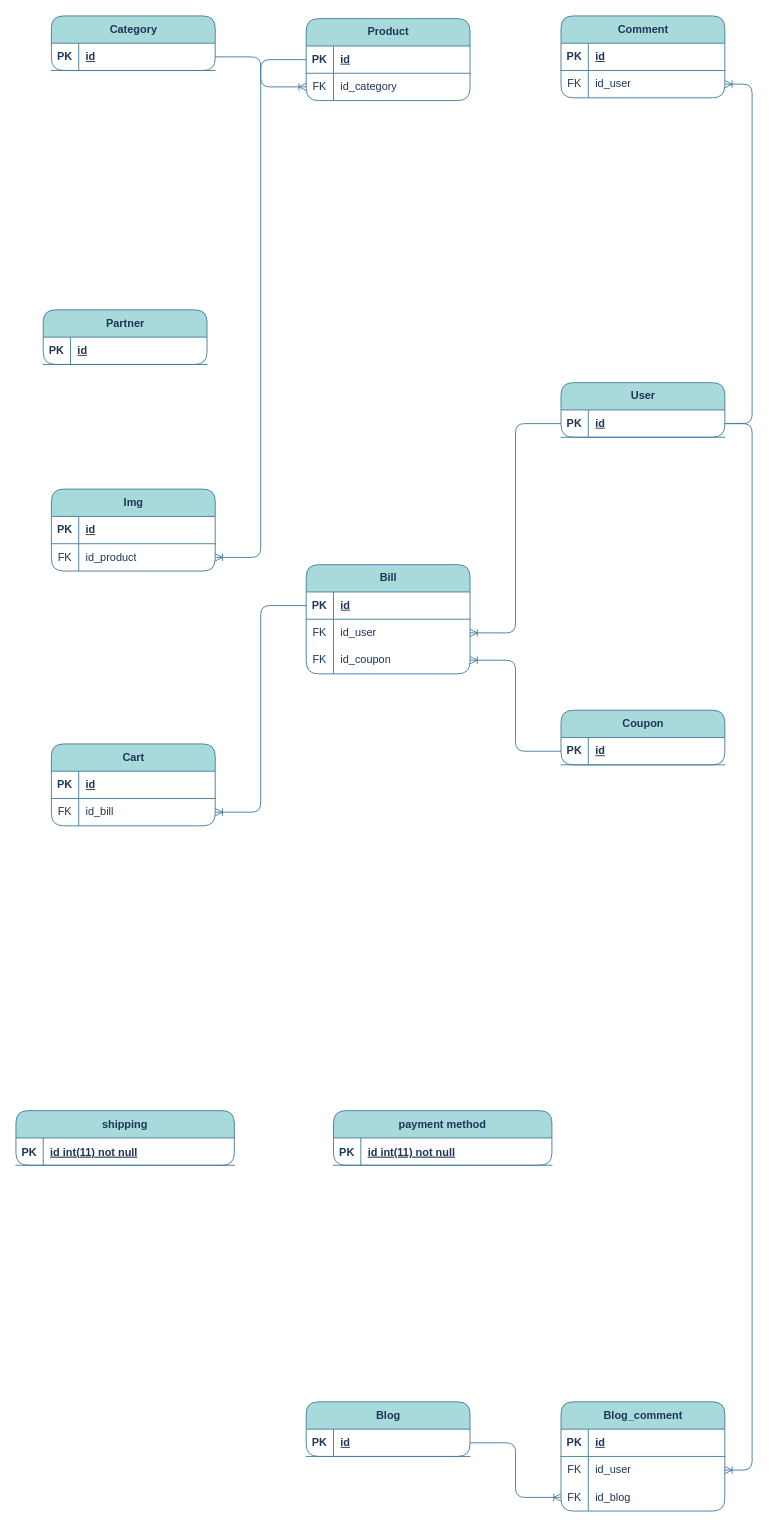
The draw.io diagram page "ERD_Level-1" (2 of 3) of .vscode/LEGOUS_DIAGRAM.drawio in thanh8724/Legous, before the edit. Source tidied: cells renumbered, new cells numbered last; positions are measured from the earlier drawing's top-left corner, leaving out a move shared by most shapes. Both pictures are drawn from the tidied source at 91%, with x=0, y=0 at pixel (15, 15).
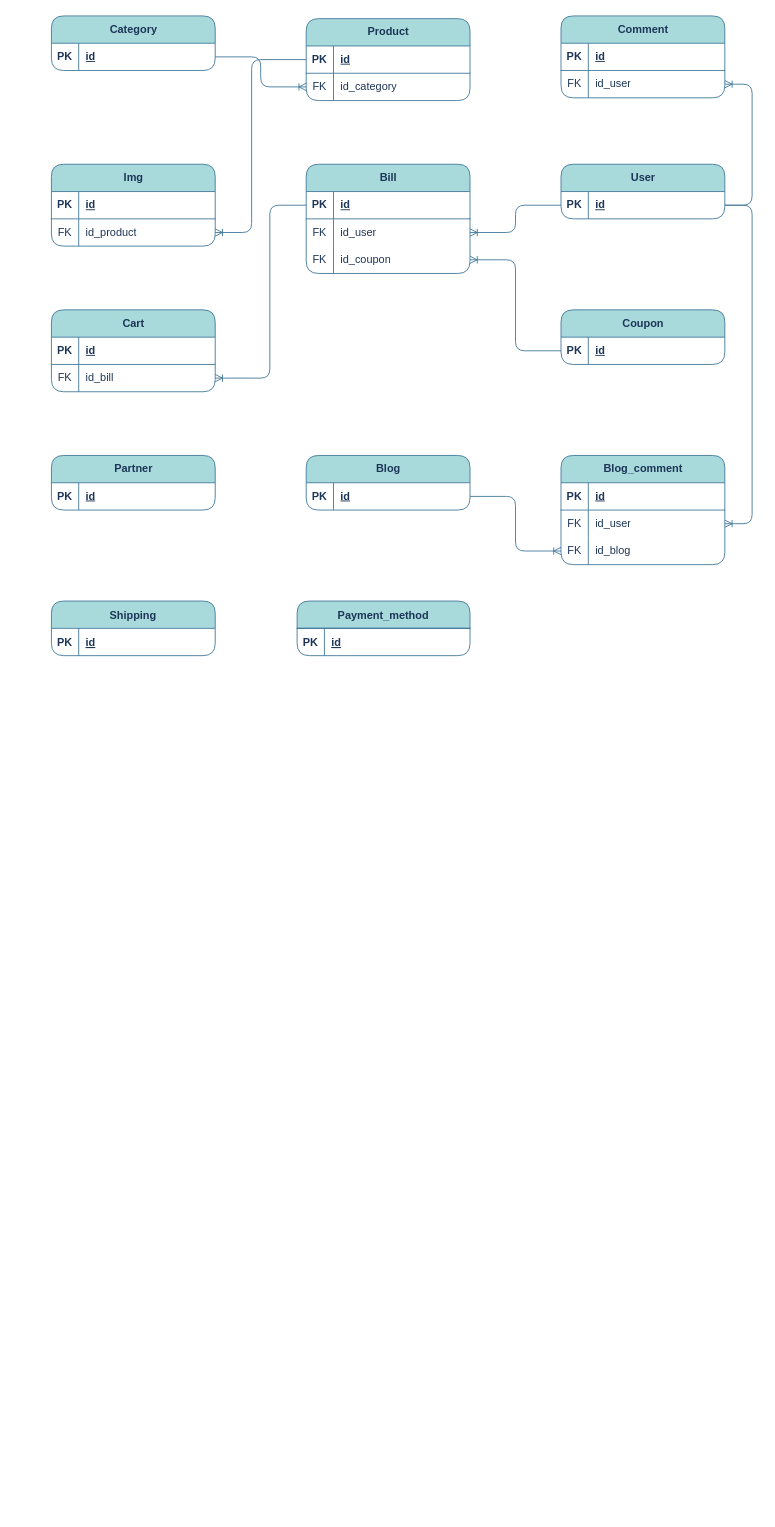
The same diagram, later.

Unchanged cells that the change refers to:
```xml
<mxCell id="3" style="shape=tableRow;horizontal=0;startSize=0;swimlaneHead=0;swimlaneBody=0;fillColor=none;points=[[0,0.5],[1,0.5]];portConstraint=eastwest;top=0;left=0;right=0;bottom=1;labelBackgroundColor=none;strokeColor=#457B9D;fontColor=#1D3557;rounded=1;" parent="2" vertex="1">
  <mxGeometry y="30" width="180" height="30" as="geometry" />
</mxCell>
<mxCell id="17" style="shape=tableRow;horizontal=0;startSize=0;swimlaneHead=0;swimlaneBody=0;fillColor=none;points=[[0,0.5],[1,0.5]];portConstraint=eastwest;top=0;left=0;right=0;bottom=0;rounded=1;strokeColor=#457B9D;fontColor=#1D3557;" parent="13" vertex="1">
  <mxGeometry y="60" width="180" height="30" as="geometry" />
</mxCell>
<mxCell id="24" style="shape=tableRow;horizontal=0;startSize=0;swimlaneHead=0;swimlaneBody=0;fillColor=none;points=[[0,0.5],[1,0.5]];portConstraint=eastwest;top=0;left=0;right=0;bottom=0;labelBackgroundColor=none;strokeColor=#457B9D;fontColor=#1D3557;rounded=1;" parent="20" vertex="1">
  <mxGeometry y="60" width="180" height="30" as="geometry" />
</mxCell>
<mxCell id="28" style="shape=tableRow;horizontal=0;startSize=0;swimlaneHead=0;swimlaneBody=0;fillColor=none;points=[[0,0.5],[1,0.5]];portConstraint=eastwest;top=0;left=0;right=0;bottom=1;labelBackgroundColor=none;strokeColor=#457B9D;fontColor=#1D3557;rounded=1;" parent="27" vertex="1">
  <mxGeometry y="30" width="180" height="30" as="geometry" />
</mxCell>
<mxCell id="45" style="shape=tableRow;horizontal=0;startSize=0;swimlaneHead=0;swimlaneBody=0;fillColor=none;points=[[0,0.5],[1,0.5]];portConstraint=eastwest;top=0;left=0;right=0;bottom=0;labelBackgroundColor=none;strokeColor=#457B9D;fontColor=#1D3557;rounded=1;" parent="41" vertex="1">
  <mxGeometry y="60" width="180" height="30" as="geometry" />
</mxCell>
```

Diff of the diagram source:
```diff
@@
-    <mxCell id="9" value="Category" style="shape=table;startSize=30;childLayout=tableLayout;rowLines=0;fontStyle=1;align=center;html=1;labelBackgroundColor=none;fillColor=#A8DADC;strokeColor=#457b9d;fontColor=#1D3557;rounded=1;swimlaneLine=1;" parent="1" vertex="1">
+    <mxCell id="9" value="Category" style="shape=table;startSize=30;childLayout=tableLayout;rowLines=0;fontStyle=1;align=center;html=1;labelBackgroundColor=none;fillColor=#A8DADC;strokeColor=#457b9d;fontColor=#1D3557;rounded=1;swimlaneLine=1;bottom=0;" parent="1" vertex="1">
       <mxGeometry x="39" width="180" height="60" as="geometry" />
     </mxCell>
-    <mxCell id="10" style="shape=tableRow;horizontal=0;startSize=0;swimlaneHead=0;swimlaneBody=0;fillColor=none;points=[[0,0.5],[1,0.5]];portConstraint=eastwest;top=0;left=0;right=0;bottom=1;labelBackgroundColor=none;strokeColor=#457B9D;fontColor=#1D3557;rounded=1;" parent="9" vertex="1">
+    <mxCell id="10" style="shape=tableRow;horizontal=0;startSize=0;swimlaneHead=0;swimlaneBody=0;fillColor=none;points=[[0,0.5],[1,0.5]];portConstraint=eastwest;top=0;left=0;right=0;bottom=0;labelBackgroundColor=none;strokeColor=#457B9D;fontColor=#1D3557;rounded=1;" parent="9" vertex="1">
       <mxGeometry y="30" width="180" height="30" as="geometry" />
     </mxCell>
@@
     <mxCell id="13" value="Img" style="shape=table;startSize=30;childLayout=tableLayout;rowLines=0;fontStyle=1;align=center;html=1;labelBackgroundColor=none;fillColor=#A8DADC;strokeColor=#457B9D;fontColor=#1D3557;rounded=1;" parent="1" vertex="1">
-      <mxGeometry x="39" y="520" width="180" height="90" as="geometry" />
+      <mxGeometry x="39" y="163" width="180" height="90" as="geometry" />
     </mxCell>
@@
     <mxCell id="20" value="Cart" style="shape=table;startSize=30;childLayout=tableLayout;rowLines=0;fontStyle=1;align=center;html=1;labelBackgroundColor=none;fillColor=#A8DADC;strokeColor=#457B9D;fontColor=#1D3557;rounded=1;" parent="1" vertex="1">
-      <mxGeometry x="39" y="800" width="180" height="90" as="geometry" />
+      <mxGeometry x="39" y="323" width="180" height="90" as="geometry" />
     </mxCell>
@@
     <mxCell id="27" value="Bill" style="shape=table;startSize=30;childLayout=tableLayout;rowLines=0;fontStyle=1;align=center;html=1;labelBackgroundColor=none;fillColor=#A8DADC;strokeColor=#457B9D;fontColor=#1D3557;rounded=1;" parent="1" vertex="1">
-      <mxGeometry x="319" y="603" width="180" height="120" as="geometry" />
+      <mxGeometry x="319" y="163" width="180" height="120" as="geometry" />
     </mxCell>
@@
-    <mxCell id="37" value="User" style="shape=table;startSize=30;childLayout=tableLayout;rowLines=0;fontStyle=1;align=center;html=1;labelBackgroundColor=none;fillColor=#A8DADC;strokeColor=#457B9D;fontColor=#1D3557;rounded=1;" parent="1" vertex="1">
-      <mxGeometry x="599" y="403" width="180" height="60" as="geometry" />
+    <mxCell id="37" value="User" style="shape=table;startSize=30;childLayout=tableLayout;rowLines=0;fontStyle=1;align=center;html=1;labelBackgroundColor=none;fillColor=#A8DADC;strokeColor=#457B9D;fontColor=#1D3557;rounded=1;bottom=0;" parent="1" vertex="1">
+      <mxGeometry x="599" y="163" width="180" height="60" as="geometry" />
     </mxCell>
-    <mxCell id="38" style="shape=tableRow;horizontal=0;startSize=0;swimlaneHead=0;swimlaneBody=0;fillColor=none;points=[[0,0.5],[1,0.5]];portConstraint=eastwest;top=0;left=0;right=0;bottom=1;labelBackgroundColor=none;strokeColor=#457B9D;fontColor=#1D3557;rounded=1;" parent="37" vertex="1">
+    <mxCell id="38" style="shape=tableRow;horizontal=0;startSize=0;swimlaneHead=0;swimlaneBody=0;fillColor=none;points=[[0,0.5],[1,0.5]];portConstraint=eastwest;top=0;left=0;right=0;bottom=0;labelBackgroundColor=none;strokeColor=#457B9D;fontColor=#1D3557;rounded=1;" parent="37" vertex="1">
       <mxGeometry y="30" width="180" height="30" as="geometry" />
     </mxCell>
@@
-    <mxCell id="48" value="Coupon" style="shape=table;startSize=30;childLayout=tableLayout;rowLines=0;fontStyle=1;align=center;html=1;labelBackgroundColor=none;fillColor=#A8DADC;strokeColor=#457B9D;fontColor=#1D3557;rounded=1;" parent="1" vertex="1">
-      <mxGeometry x="599" y="763" width="180" height="60" as="geometry" />
+    <mxCell id="48" value="Coupon" style="shape=table;startSize=30;childLayout=tableLayout;rowLines=0;fontStyle=1;align=center;html=1;labelBackgroundColor=none;fillColor=#A8DADC;strokeColor=#457B9D;fontColor=#1D3557;rounded=1;bottom=0;" parent="1" vertex="1">
+      <mxGeometry x="599" y="323" width="180" height="60" as="geometry" />
     </mxCell>
-    <mxCell id="49" style="shape=tableRow;horizontal=0;startSize=0;swimlaneHead=0;swimlaneBody=0;fillColor=none;points=[[0,0.5],[1,0.5]];portConstraint=eastwest;top=0;left=0;right=0;bottom=1;labelBackgroundColor=none;strokeColor=#457B9D;fontColor=#1D3557;rounded=1;" parent="48" vertex="1">
+    <mxCell id="49" style="shape=tableRow;horizontal=0;startSize=0;swimlaneHead=0;swimlaneBody=0;fillColor=none;points=[[0,0.5],[1,0.5]];portConstraint=eastwest;top=0;left=0;right=0;bottom=0;labelBackgroundColor=none;strokeColor=#457B9D;fontColor=#1D3557;rounded=1;" parent="48" vertex="1">
       <mxGeometry y="30" width="180" height="30" as="geometry" />
     </mxCell>
@@
-    <mxCell id="52" value="Blog" style="shape=table;startSize=30;childLayout=tableLayout;rowLines=0;fontStyle=1;align=center;html=1;labelBackgroundColor=none;fillColor=#A8DADC;strokeColor=#457B9D;fontColor=#1D3557;rounded=1;" parent="1" vertex="1">
-      <mxGeometry x="319" y="1523" width="180" height="60" as="geometry" />
+    <mxCell id="52" value="Blog" style="shape=table;startSize=30;childLayout=tableLayout;rowLines=0;fontStyle=1;align=center;html=1;labelBackgroundColor=none;fillColor=#A8DADC;strokeColor=#457B9D;fontColor=#1D3557;rounded=1;bottom=0;" parent="1" vertex="1">
+      <mxGeometry x="319" y="483" width="180" height="60" as="geometry" />
     </mxCell>
-    <mxCell id="53" style="shape=tableRow;horizontal=0;startSize=0;swimlaneHead=0;swimlaneBody=0;fillColor=none;points=[[0,0.5],[1,0.5]];portConstraint=eastwest;top=0;left=0;right=0;bottom=1;labelBackgroundColor=none;strokeColor=#457B9D;fontColor=#1D3557;rounded=1;" parent="52" vertex="1">
+    <mxCell id="53" style="shape=tableRow;horizontal=0;startSize=0;swimlaneHead=0;swimlaneBody=0;fillColor=none;points=[[0,0.5],[1,0.5]];portConstraint=eastwest;top=0;left=0;right=0;bottom=0;labelBackgroundColor=none;strokeColor=#457B9D;fontColor=#1D3557;rounded=1;" parent="52" vertex="1">
       <mxGeometry y="30" width="180" height="30" as="geometry" />
     </mxCell>
@@
     <mxCell id="56" value="Blog_comment" style="shape=table;startSize=30;childLayout=tableLayout;rowLines=0;fontStyle=1;align=center;html=1;labelBackgroundColor=none;fillColor=#A8DADC;strokeColor=#457B9D;fontColor=#1D3557;rounded=1;" parent="1" vertex="1">
-      <mxGeometry x="599" y="1523" width="180" height="120" as="geometry" />
+      <mxGeometry x="599" y="483" width="180" height="120" as="geometry" />
     </mxCell>
@@
     <mxCell id="67" style="edgeStyle=entityRelationEdgeStyle;fontSize=12;html=1;endArrow=ERoneToMany;rounded=1;entryX=1;entryY=0.5;entryDx=0;entryDy=0;labelBackgroundColor=none;strokeColor=#457B9D;fontColor=default;" parent="1" edge="1" source="38" target="45">
-      <mxGeometry relative="1" as="geometry" />
+      <mxGeometry relative="1" as="geometry">
+        <Array as="points">
+          <mxPoint x="819" y="143" />
+        </Array>
+      </mxGeometry>
     </mxCell>
@@
     <mxCell id="70" style="fontSize=12;html=1;endArrow=ERoneToMany;rounded=1;edgeStyle=orthogonalEdgeStyle;entryX=1;entryY=0.5;entryDx=0;entryDy=0;exitX=0;exitY=0.5;exitDx=0;exitDy=0;labelBackgroundColor=none;strokeColor=#457B9D;fontColor=default;" parent="1" edge="1" source="28" target="24">
-      <mxGeometry relative="1" as="geometry" />
+      <mxGeometry relative="1" as="geometry">
+        <Array as="points">
+          <mxPoint x="279" y="208" />
+          <mxPoint x="279" y="398" />
+        </Array>
+      </mxGeometry>
     </mxCell>
-    <mxCell id="71" value="shipping" style="shape=table;startSize=30;childLayout=tableLayout;rowLines=0;fontStyle=1;align=center;labelBackgroundColor=none;fillColor=#A8DADC;strokeColor=#457B9D;fontColor=#1D3557;rounded=1;columnLines=1;resizeLastRow=1;absoluteArcSize=0;swimlaneHead=1;swimlaneBody=1;horizontal=1;bottom=1;top=1;left=1;right=1;noLabel=0;" parent="1" vertex="1">
-      <mxGeometry y="1203" width="240" height="60" as="geometry" />
+    <mxCell id="71" value="Shipping" style="shape=table;startSize=30;childLayout=tableLayout;rowLines=0;fontStyle=1;align=center;labelBackgroundColor=none;fillColor=#A8DADC;strokeColor=#457B9D;fontColor=#1D3557;rounded=1;columnLines=1;resizeLastRow=1;absoluteArcSize=0;swimlaneHead=1;swimlaneBody=1;horizontal=1;bottom=0;top=1;left=1;right=1;noLabel=0;" parent="1" vertex="1">
+      <mxGeometry x="39" y="643" width="180" height="60" as="geometry" />
     </mxCell>
-    <mxCell id="72" style="shape=tableRow;horizontal=0;startSize=0;swimlaneHead=0;swimlaneBody=0;fillColor=none;top=0;left=0;right=0;bottom=1;labelBackgroundColor=none;strokeColor=#457B9D;fontColor=#1D3557;rounded=1;" parent="71" vertex="1">
-      <mxGeometry y="30" width="240" height="30" as="geometry" />
+    <mxCell id="72" style="shape=tableRow;horizontal=0;startSize=0;swimlaneHead=0;swimlaneBody=0;fillColor=none;top=0;left=0;right=0;bottom=0;labelBackgroundColor=none;strokeColor=#457B9D;fontColor=#1D3557;rounded=1;" parent="71" vertex="1">
+      <mxGeometry y="30" width="180" height="30" as="geometry" />
     </mxCell>
@@
-    <mxCell id="74" value="id int(11) not null" style="shape=partialRectangle;fillColor=none;top=0;left=0;bottom=0;right=0;align=left;spacingLeft=6;fontStyle=5;overflow=hidden;labelBackgroundColor=none;strokeColor=#457B9D;fontColor=#1D3557;rounded=1;" parent="72" vertex="1">
-      <mxGeometry x="30" width="210" height="30" as="geometry" />
+    <mxCell id="74" value="id" style="shape=partialRectangle;fillColor=none;top=0;left=0;bottom=0;right=0;align=left;spacingLeft=6;fontStyle=5;overflow=hidden;labelBackgroundColor=none;strokeColor=#457B9D;fontColor=#1D3557;rounded=1;" parent="72" vertex="1">
+      <mxGeometry x="30" width="150" height="30" as="geometry" />
     </mxCell>
@@
-    <mxCell id="76" value="payment method" style="shape=table;startSize=30;childLayout=tableLayout;rowLines=0;fontStyle=1;align=center;labelBackgroundColor=none;fillColor=#A8DADC;strokeColor=#457B9D;fontColor=#1D3557;rounded=1;" parent="1" vertex="1">
-      <mxGeometry x="349" y="1203" width="240" height="60" as="geometry" />
+    <mxCell id="76" value="Payment_method" style="shape=table;startSize=30;childLayout=tableLayout;rowLines=0;fontStyle=1;align=center;labelBackgroundColor=none;fillColor=#A8DADC;strokeColor=#457B9D;fontColor=#1D3557;rounded=1;swimlaneLine=1;top=1;bottom=0;" parent="1" vertex="1">
+      <mxGeometry x="309" y="643" width="190" height="60" as="geometry" />
     </mxCell>
-    <mxCell id="77" style="shape=tableRow;horizontal=0;startSize=0;swimlaneHead=0;swimlaneBody=0;fillColor=none;top=0;left=0;right=0;bottom=1;labelBackgroundColor=none;strokeColor=#457B9D;fontColor=#1D3557;rounded=1;" parent="76" vertex="1">
-      <mxGeometry y="30" width="240" height="30" as="geometry" />
+    <mxCell id="77" style="shape=tableRow;horizontal=0;startSize=0;swimlaneHead=0;swimlaneBody=0;fillColor=none;top=1;left=0;right=0;bottom=0;labelBackgroundColor=none;strokeColor=#457B9D;fontColor=#1D3557;rounded=1;swimlaneLine=1;" parent="76" vertex="1">
+      <mxGeometry y="30" width="190" height="30" as="geometry" />
     </mxCell>
-    <mxCell id="78" value="PK" style="shape=partialRectangle;fillColor=none;top=0;left=0;bottom=0;right=0;fontStyle=1;overflow=hidden;labelBackgroundColor=none;strokeColor=#457B9D;fontColor=#1D3557;rounded=1;" parent="77" vertex="1">
+    <mxCell id="78" value="PK" style="shape=partialRectangle;fillColor=none;top=1;left=0;bottom=0;right=0;fontStyle=1;overflow=hidden;labelBackgroundColor=none;strokeColor=#457B9D;fontColor=#1D3557;rounded=1;" parent="77" vertex="1">
       <mxGeometry width="30" height="30" as="geometry" />
     </mxCell>
-    <mxCell id="79" value="id int(11) not null" style="shape=partialRectangle;fillColor=none;top=0;left=0;bottom=0;right=0;align=left;spacingLeft=6;fontStyle=5;overflow=hidden;labelBackgroundColor=none;strokeColor=#457B9D;fontColor=#1D3557;rounded=1;" parent="77" vertex="1">
-      <mxGeometry x="30" width="210" height="30" as="geometry" />
+    <mxCell id="79" value="id" style="shape=partialRectangle;fillColor=none;top=1;left=0;bottom=0;right=0;align=left;spacingLeft=6;fontStyle=5;overflow=hidden;labelBackgroundColor=none;strokeColor=#457B9D;fontColor=#1D3557;rounded=1;" parent="77" vertex="1">
+      <mxGeometry x="30" width="160" height="30" as="geometry" />
     </mxCell>
     <mxCell id="80" style="edgeStyle=orthogonalEdgeStyle;fontSize=12;html=1;endArrow=ERoneToMany;rounded=1;entryX=1;entryY=0.5;entryDx=0;entryDy=0;labelBackgroundColor=none;strokeColor=#457B9D;fontColor=default;exitX=0;exitY=0.5;exitDx=0;exitDy=0;" parent="1" edge="1" source="3" target="17">
-      <mxGeometry relative="1" as="geometry" />
+      <mxGeometry relative="1" as="geometry">
+        <Array as="points">
+          <mxPoint x="259" y="48" />
+          <mxPoint x="259" y="238" />
+        </Array>
+      </mxGeometry>
     </mxCell>
@@
-    <mxCell id="82" value="Partner" style="shape=table;startSize=30;childLayout=tableLayout;rowLines=0;fontStyle=1;align=center;html=1;labelBackgroundColor=none;fillColor=#A8DADC;strokeColor=#457b9d;fontColor=#1D3557;rounded=1;swimlaneLine=1;" parent="1" vertex="1">
-      <mxGeometry x="30" y="323" width="180" height="60" as="geometry" />
+    <mxCell id="82" value="Partner" style="shape=table;startSize=30;childLayout=tableLayout;rowLines=0;fontStyle=1;align=center;html=1;labelBackgroundColor=none;fillColor=#A8DADC;strokeColor=#457b9d;fontColor=#1D3557;rounded=1;swimlaneLine=1;bottom=0;" parent="1" vertex="1">
+      <mxGeometry x="39" y="483" width="180" height="60" as="geometry" />
     </mxCell>
-    <mxCell id="83" style="shape=tableRow;horizontal=0;startSize=0;swimlaneHead=0;swimlaneBody=0;fillColor=none;top=0;left=0;right=0;bottom=1;labelBackgroundColor=none;strokeColor=#457B9D;fontColor=#1D3557;rounded=1;" parent="82" vertex="1">
+    <mxCell id="83" style="shape=tableRow;horizontal=0;startSize=0;swimlaneHead=0;swimlaneBody=0;fillColor=none;top=0;left=0;right=0;bottom=0;labelBackgroundColor=none;strokeColor=#457B9D;fontColor=#1D3557;rounded=1;" parent="82" vertex="1">
       <mxGeometry y="30" width="180" height="30" as="geometry" />
     </mxCell>
```
